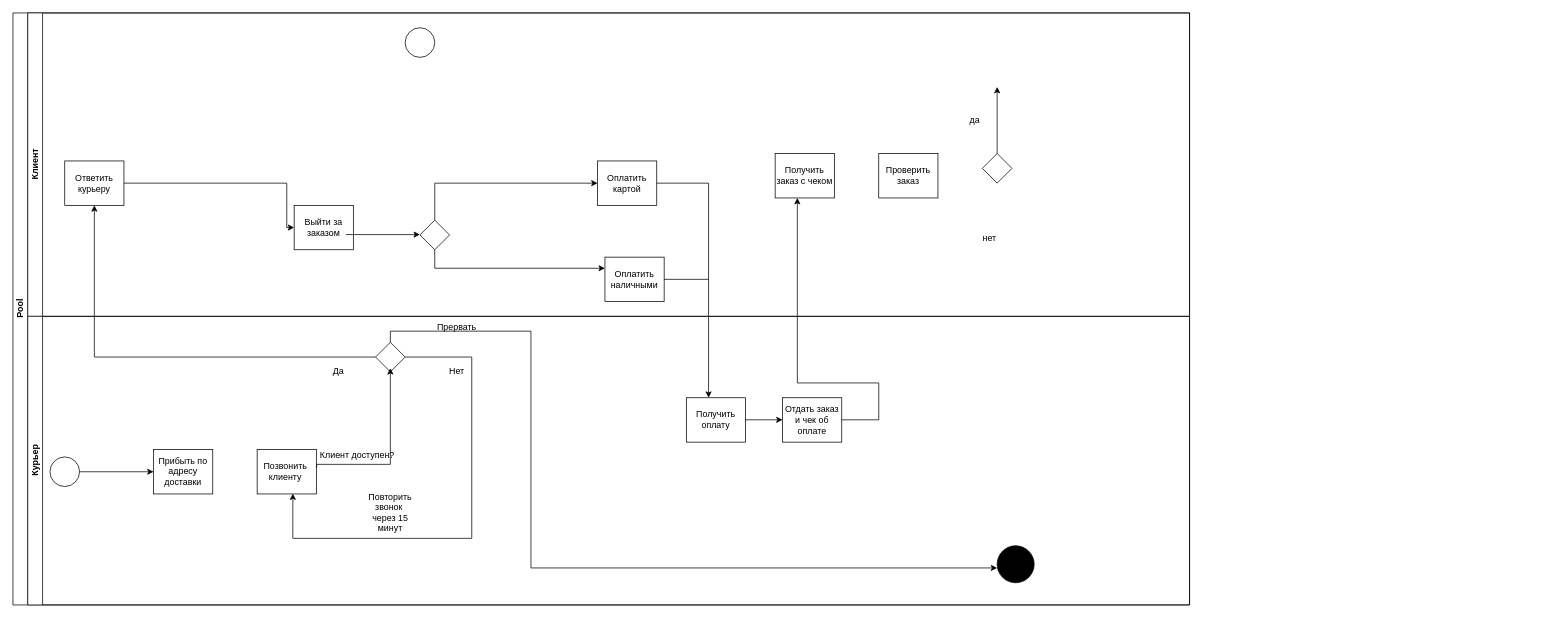
The draw.io diagram icons/Диаграмма без названия.drawio in ElizaSitmukhanova/-food-site, before the edit. Source tidied: cells renumbered, new cells numbered last; positions are measured from the earlier drawing's top-left corner, leaving out a move shared by most shapes. Both pictures are drawn from the tidied source at 74%, with x=0, y=0 at pixel (13, 13).
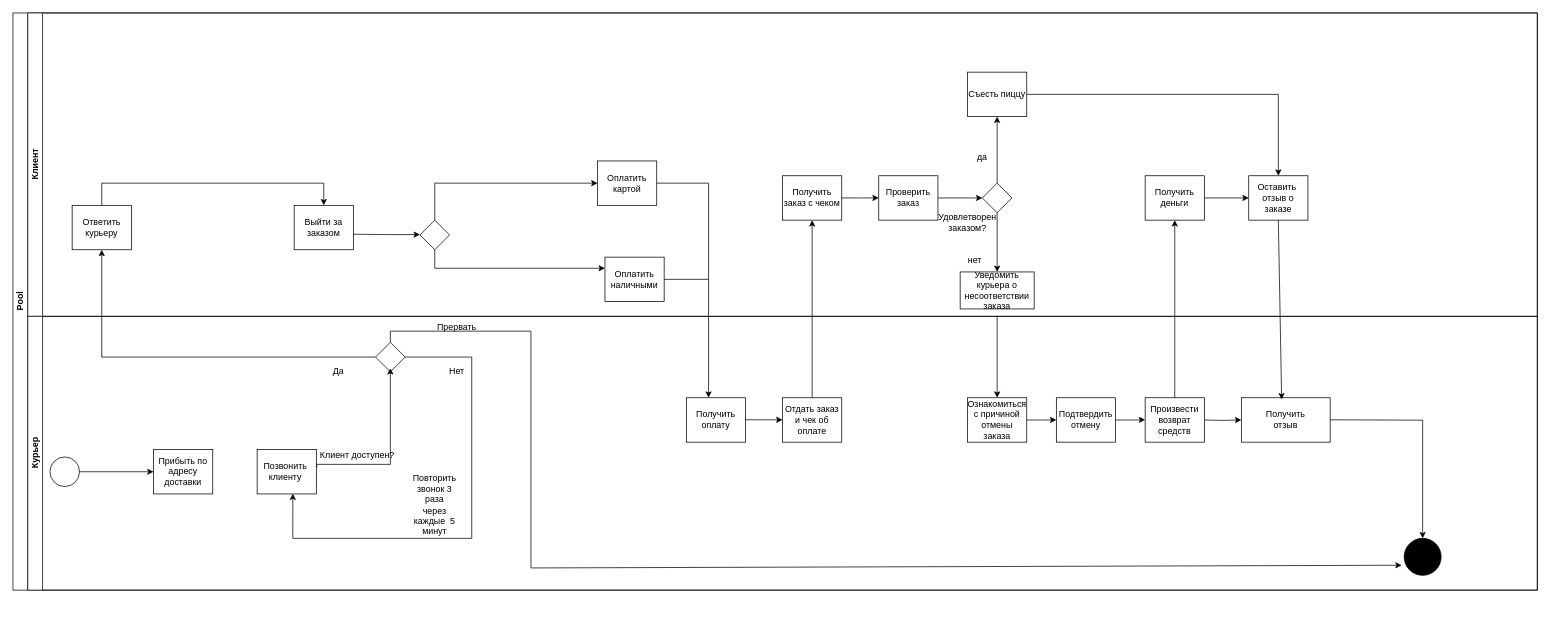
Above is the later version.

The change refers to these unchanged cells:
```xml
<mxCell id="8" value="Выйти за заказом" style="rounded=0;whiteSpace=wrap;html=1;fontFamily=Helvetica;fontSize=12;fontColor=#000000;align=center;" parent="4" vertex="1">
  <mxGeometry x="360" y="260" width="80" height="60" as="geometry" />
</mxCell>
<mxCell id="26" value="Отдать заказ и чек об оплате" style="rounded=0;whiteSpace=wrap;html=1;fontFamily=Helvetica;fontSize=12;fontColor=#000000;align=center;" parent="21" vertex="1">
  <mxGeometry x="1020" y="110" width="80" height="60" as="geometry" />
</mxCell>
<mxCell id="31" style="rhombus;whiteSpace=wrap;html=1;fontFamily=Helvetica;fontSize=12;fontColor=#000000;align=center;" parent="21" vertex="1">
  <mxGeometry x="470" y="35" width="40" height="40" as="geometry" />
</mxCell>
```

Diff of the diagram source:
```diff
@@
     <mxCell id="2" value="Pool" style="swimlane;html=1;horizontal=0;startSize=20;" parent="1" vertex="1">
-      <mxGeometry width="1590" height="800" as="geometry" />
+      <mxGeometry width="2060" height="780" as="geometry" />
     </mxCell>
     <mxCell id="3" style="edgeStyle=orthogonalEdgeStyle;rounded=0;jettySize=auto;html=1;endArrow=classic;endFill=1;exitX=0;exitY=0.5;exitDx=0;exitDy=0;entryX=0.5;entryY=1;entryDx=0;entryDy=0;" parent="2" edge="1" source="31" target="7">
       <mxGeometry relative="1" as="geometry">
         <Array as="points">
-          <mxPoint x="110" y="465" />
+          <mxPoint x="120" y="465" />
         </Array>
       </mxGeometry>
     </mxCell>
     <mxCell id="4" value="Клиент" style="swimlane;html=1;startSize=20;horizontal=0;" parent="2" vertex="1">
-      <mxGeometry x="20" width="1570" height="410" as="geometry" />
+      <mxGeometry x="20" width="2040" height="410" as="geometry" />
     </mxCell>
-    <mxCell id="5" style="ellipse;whiteSpace=wrap;html=1;" parent="4" vertex="1">
-      <mxGeometry x="510" y="20" width="40" height="40" as="geometry" />
-    </mxCell>
-    <mxCell id="6" style="edgeStyle=orthogonalEdgeStyle;rounded=0;jettySize=auto;html=1;endArrow=classic;endFill=1;entryX=0;entryY=0.5;entryDx=0;entryDy=0;" parent="4" edge="1" source="7" target="8">
+    <mxCell id="6" style="edgeStyle=orthogonalEdgeStyle;rounded=0;jettySize=auto;html=1;endArrow=classic;endFill=1;entryX=0.5;entryY=0;entryDx=0;entryDy=0;" parent="4" edge="1" source="7" target="8">
       <mxGeometry relative="1" as="geometry">
         <Array as="points">
-          <mxPoint x="350" y="230" />
+          <mxPoint x="100" y="230" />
+          <mxPoint x="400" y="230" />
         </Array>
       </mxGeometry>
     </mxCell>
     <mxCell id="7" value="Ответить курьеру" style="rounded=0;whiteSpace=wrap;html=1;fontFamily=Helvetica;fontSize=12;fontColor=#000000;align=center;" parent="4" vertex="1">
-      <mxGeometry x="50" y="200" width="80" height="60" as="geometry" />
+      <mxGeometry x="60" y="260" width="80" height="60" as="geometry" />
     </mxCell>
@@
     <mxCell id="14" style="edgeStyle=orthogonalEdgeStyle;rounded=0;orthogonalLoop=1;jettySize=auto;html=1;entryX=0;entryY=0.5;entryDx=0;entryDy=0;" parent="4" edge="1">
       <mxGeometry relative="1" as="geometry">
-        <mxPoint x="430" y="299.5" as="sourcePoint" />
+        <mxPoint x="440" y="299" as="sourcePoint" />
         <mxPoint x="530" y="299.5" as="targetPoint" />
       </mxGeometry>
     </mxCell>
     <mxCell id="15" value="да" style="text;html=1;align=center;verticalAlign=middle;whiteSpace=wrap;rounded=0;" parent="4" vertex="1">
-      <mxGeometry x="1250" y="130" width="60" height="30" as="geometry" />
+      <mxGeometry x="1260" y="180" width="60" height="30" as="geometry" />
     </mxCell>
     <mxCell id="16" value="Получить заказ с чеком" style="rounded=0;whiteSpace=wrap;html=1;fontFamily=Helvetica;fontSize=12;fontColor=#000000;align=center;" parent="4" vertex="1">
-      <mxGeometry x="1010" y="190" width="80" height="60" as="geometry" />
+      <mxGeometry x="1020" y="220" width="80" height="60" as="geometry" />
     </mxCell>
     <mxCell id="17" value="Проверить заказ" style="rounded=0;whiteSpace=wrap;html=1;fontFamily=Helvetica;fontSize=12;fontColor=#000000;align=center;" parent="4" vertex="1">
-      <mxGeometry x="1150" y="190" width="80" height="60" as="geometry" />
+      <mxGeometry x="1150" y="220" width="80" height="60" as="geometry" />
     </mxCell>
     <mxCell id="18" style="rhombus;whiteSpace=wrap;html=1;fontFamily=Helvetica;fontSize=12;fontColor=#000000;align=center;" parent="4" vertex="1">
-      <mxGeometry x="1290" y="190" width="40" height="40" as="geometry" />
+      <mxGeometry x="1290" y="230" width="40" height="40" as="geometry" />
     </mxCell>
     <mxCell id="19" style="endArrow=classic;html=1;rounded=0;" parent="4" edge="1">
       <mxGeometry relative="1" as="geometry">
-        <mxPoint x="1310" y="190" as="sourcePoint" />
-        <mxPoint x="1310" y="100" as="targetPoint" />
+        <mxPoint x="1310" y="230" as="sourcePoint" />
+        <mxPoint x="1310" y="140" as="targetPoint" />
       </mxGeometry>
     </mxCell>
     <mxCell id="20" value="нет" style="text;html=1;align=center;verticalAlign=middle;whiteSpace=wrap;rounded=0;" parent="4" vertex="1">
-      <mxGeometry x="1270" y="290" width="60" height="30" as="geometry" />
+      <mxGeometry x="1250" y="320" width="60" height="30" as="geometry" />
     </mxCell>
+    <mxCell id="42" style="endArrow=classic;html=1;rounded=0;exitX=1;exitY=0.5;exitDx=0;exitDy=0;entryX=0;entryY=0.5;entryDx=0;entryDy=0;" parent="4" edge="1" source="17" target="18">
+      <mxGeometry relative="1" as="geometry" />
+    </mxCell>
+    <mxCell id="43" style="endArrow=classic;html=1;rounded=0;exitX=0.5;exitY=1;exitDx=0;exitDy=0;" parent="4" edge="1" source="18">
+      <mxGeometry relative="1" as="geometry">
+        <mxPoint x="1310" y="350" as="targetPoint" />
+      </mxGeometry>
+    </mxCell>
+    <mxCell id="44" value="Удовлетворен заказом?" style="text;html=1;align=center;verticalAlign=middle;whiteSpace=wrap;rounded=0;" parent="4" vertex="1">
+      <mxGeometry x="1250" y="270" width="40" height="25" as="geometry" />
+    </mxCell>
+    <mxCell id="45" value="Съесть пиццу" style="rounded=0;whiteSpace=wrap;html=1;fontFamily=Helvetica;fontSize=12;fontColor=#000000;align=center;" parent="4" vertex="1">
+      <mxGeometry x="1270" y="80" width="80" height="60" as="geometry" />
+    </mxCell>
+    <mxCell id="46" value="Оставить&amp;nbsp; отзыв о заказе" style="rounded=0;whiteSpace=wrap;html=1;fontFamily=Helvetica;fontSize=12;fontColor=#000000;align=center;" parent="4" vertex="1">
+      <mxGeometry x="1650" y="220" width="80" height="60" as="geometry" />
+    </mxCell>
+    <mxCell id="47" value="Уведомить курьера о несоответствии заказа" style="rounded=0;whiteSpace=wrap;html=1;fontFamily=Helvetica;fontSize=12;fontColor=#000000;align=center;" parent="4" vertex="1">
+      <mxGeometry x="1260" y="350" width="100" height="50" as="geometry" />
+    </mxCell>
+    <mxCell id="48" value="Получить деньги" style="rounded=0;whiteSpace=wrap;html=1;fontFamily=Helvetica;fontSize=12;fontColor=#000000;align=center;" parent="4" vertex="1">
+      <mxGeometry x="1510" y="220" width="80" height="60" as="geometry" />
+    </mxCell>
+    <mxCell id="49" style="endArrow=classic;html=1;rounded=0;exitX=1;exitY=0.5;exitDx=0;exitDy=0;entryX=0.5;entryY=0;entryDx=0;entryDy=0;" parent="4" edge="1" source="45" target="46">
+      <mxGeometry relative="1" as="geometry">
+        <Array as="points">
+          <mxPoint x="1690" y="110" />
+        </Array>
+      </mxGeometry>
+    </mxCell>
+    <mxCell id="50" style="endArrow=classic;html=1;rounded=0;entryX=0;entryY=0.5;entryDx=0;entryDy=0;exitX=1;exitY=0.5;exitDx=0;exitDy=0;" parent="4" edge="1" source="48" target="46">
+      <mxGeometry relative="1" as="geometry" />
+    </mxCell>
+    <mxCell id="51" style="edgeStyle=orthogonalEdgeStyle;rounded=0;jettySize=auto;html=1;endArrow=classic;endFill=1;exitX=1;exitY=0.5;exitDx=0;exitDy=0;entryX=0;entryY=0.5;entryDx=0;entryDy=0;" parent="4" edge="1" source="16" target="17">
+      <mxGeometry relative="1" as="geometry">
+        <Array as="points">
+          <mxPoint x="1120" y="250" />
+          <mxPoint x="1120" y="250" />
+        </Array>
+      </mxGeometry>
+    </mxCell>
     <mxCell id="21" value="Курьер" style="swimlane;html=1;startSize=20;horizontal=0;fillColor=#FFFFFF;" parent="2" vertex="1">
-      <mxGeometry x="20" y="410" width="1570" height="390" as="geometry" />
+      <mxGeometry x="20" y="410" width="2040" height="370" as="geometry" />
     </mxCell>
@@
     <mxCell id="28" style="ellipse;shape=doubleEllipse;whiteSpace=wrap;html=1;fillColor=#000000;" parent="21" vertex="1">
-      <mxGeometry x="1310" y="310" width="50" height="50" as="geometry" />
+      <mxGeometry x="1860" y="300" width="50" height="50" as="geometry" />
     </mxCell>
-    <mxCell id="29" style="edgeStyle=orthogonalEdgeStyle;rounded=0;orthogonalLoop=1;jettySize=auto;html=1;endArrow=classic;endFill=1;" parent="21" edge="1">
-      <mxGeometry relative="1" as="geometry">
-        <mxPoint x="1100" y="139.8" as="sourcePoint" />
-        <mxPoint x="1040" y="-160" as="targetPoint" />
-        <Array as="points">
-          <mxPoint x="1150" y="140" />
-          <mxPoint x="1150" y="90" />
-          <mxPoint x="1040" y="90" />
-        </Array>
-      </mxGeometry>
-    </mxCell>
@@
-    <mxCell id="37" value="Повторить звонок&amp;nbsp; через 15 минут" style="text;html=1;align=center;verticalAlign=middle;whiteSpace=wrap;rounded=0;" parent="21" vertex="1">
-      <mxGeometry x="460" y="250" width="60" height="30" as="geometry" />
+    <mxCell id="37" value="Повторить звонок 3 раза через каждые&amp;nbsp; 5 минут" style="text;html=1;align=center;verticalAlign=middle;whiteSpace=wrap;rounded=0;" parent="21" vertex="1">
+      <mxGeometry x="520" y="240" width="60" height="30" as="geometry" />
     </mxCell>
-    <mxCell id="38" style="endArrow=classic;html=1;rounded=0;exitX=0.5;exitY=0;exitDx=0;exitDy=0;" parent="21" edge="1" source="31">
+    <mxCell id="38" style="endArrow=classic;html=1;rounded=0;exitX=0.5;exitY=0;exitDx=0;exitDy=0;entryX=-0.067;entryY=0.727;entryDx=0;entryDy=0;entryPerimeter=0;" parent="21" edge="1" source="31" target="28">
       <mxGeometry relative="1" as="geometry">
-        <mxPoint x="1310" y="340" as="targetPoint" />
         <Array as="points">
           <mxPoint x="490" y="20" />
           <mxPoint x="610" y="20" />
           <mxPoint x="680" y="20" />
           <mxPoint x="680" y="340" />
         </Array>
       </mxGeometry>
     </mxCell>
@@
+    <mxCell id="52" style="endArrow=classic;html=1;rounded=0;entryX=0.5;entryY=0;entryDx=0;entryDy=0;" parent="21" edge="1" target="53">
+      <mxGeometry relative="1" as="geometry">
+        <mxPoint x="1310" as="sourcePoint" />
+      </mxGeometry>
+    </mxCell>
+    <mxCell id="53" value="Ознакомиться с причиной отмены заказа" style="rounded=0;whiteSpace=wrap;html=1;fontFamily=Helvetica;fontSize=12;fontColor=#000000;align=center;" parent="21" vertex="1">
+      <mxGeometry x="1270" y="110" width="80" height="60" as="geometry" />
+    </mxCell>
+    <mxCell id="54" value="Подтвердить отмену" style="rounded=0;whiteSpace=wrap;html=1;fontFamily=Helvetica;fontSize=12;fontColor=#000000;align=center;" parent="21" vertex="1">
+      <mxGeometry x="1390" y="110" width="80" height="60" as="geometry" />
+    </mxCell>
+    <mxCell id="55" value="Произвести возврат средств" style="rounded=0;whiteSpace=wrap;html=1;fontFamily=Helvetica;fontSize=12;fontColor=#000000;align=center;" parent="21" vertex="1">
+      <mxGeometry x="1510" y="110" width="80" height="60" as="geometry" />
+    </mxCell>
+    <mxCell id="56" style="edgeStyle=orthogonalEdgeStyle;rounded=0;orthogonalLoop=1;jettySize=auto;html=1;endArrow=classic;endFill=1;" parent="21" edge="1">
+      <mxGeometry relative="1" as="geometry">
+        <mxPoint x="1350" y="140.1" as="sourcePoint" />
+        <mxPoint x="1390" y="139.9" as="targetPoint" />
+        <Array as="points">
+          <mxPoint x="1370" y="140.1" />
+        </Array>
+      </mxGeometry>
+    </mxCell>
+    <mxCell id="57" style="edgeStyle=orthogonalEdgeStyle;rounded=0;orthogonalLoop=1;jettySize=auto;html=1;endArrow=classic;endFill=1;" parent="21" edge="1">
+      <mxGeometry relative="1" as="geometry">
+        <mxPoint x="1470" y="140.1" as="sourcePoint" />
+        <mxPoint x="1510" y="139.8" as="targetPoint" />
+        <Array as="points">
+          <mxPoint x="1490" y="140.1" />
+        </Array>
+      </mxGeometry>
+    </mxCell>
+    <mxCell id="58" value="Получить&lt;br&gt;отзыв" style="rounded=0;whiteSpace=wrap;html=1;fontFamily=Helvetica;fontSize=12;fontColor=#000000;align=center;" parent="21" vertex="1">
+      <mxGeometry x="1640" y="110" width="120" height="60" as="geometry" />
+    </mxCell>
+    <mxCell id="59" style="edgeStyle=orthogonalEdgeStyle;rounded=0;jettySize=auto;html=1;endArrow=classic;endFill=1;entryX=0;entryY=0.5;entryDx=0;entryDy=0;" parent="21" edge="1" target="58">
+      <mxGeometry relative="1" as="geometry">
+        <mxPoint x="1590" y="140.1" as="sourcePoint" />
+      </mxGeometry>
+    </mxCell>
+    <mxCell id="60" style="edgeStyle=orthogonalEdgeStyle;rounded=0;jettySize=auto;html=1;endArrow=classic;endFill=1;entryX=0.5;entryY=0;entryDx=0;entryDy=0;" parent="21" edge="1" target="28">
+      <mxGeometry relative="1" as="geometry">
+        <mxPoint x="1760" y="139.8" as="sourcePoint" />
+      </mxGeometry>
+    </mxCell>
+    <mxCell id="29" style="edgeStyle=orthogonalEdgeStyle;rounded=0;jettySize=auto;html=1;endArrow=classic;endFill=1;exitX=0.5;exitY=0;exitDx=0;exitDy=0;" parent="2" edge="1" source="26">
+      <mxGeometry relative="1" as="geometry">
+        <mxPoint x="1080" y="280" as="targetPoint" />
+        <Array as="points">
+          <mxPoint x="1080" y="280" />
+        </Array>
+      </mxGeometry>
+    </mxCell>
+    <mxCell id="61" style="endArrow=classic;html=1;rounded=0;entryX=0.5;entryY=1;entryDx=0;entryDy=0;" parent="2" edge="1" source="55" target="48">
+      <mxGeometry relative="1" as="geometry" />
+    </mxCell>
+    <mxCell id="62" style="endArrow=classic;html=1;rounded=0;exitX=0.5;exitY=1;exitDx=0;exitDy=0;entryX=0.454;entryY=0.038;entryDx=0;entryDy=0;entryPerimeter=0;" parent="2" edge="1" source="46" target="58">
+      <mxGeometry relative="1" as="geometry" />
+    </mxCell>
```
